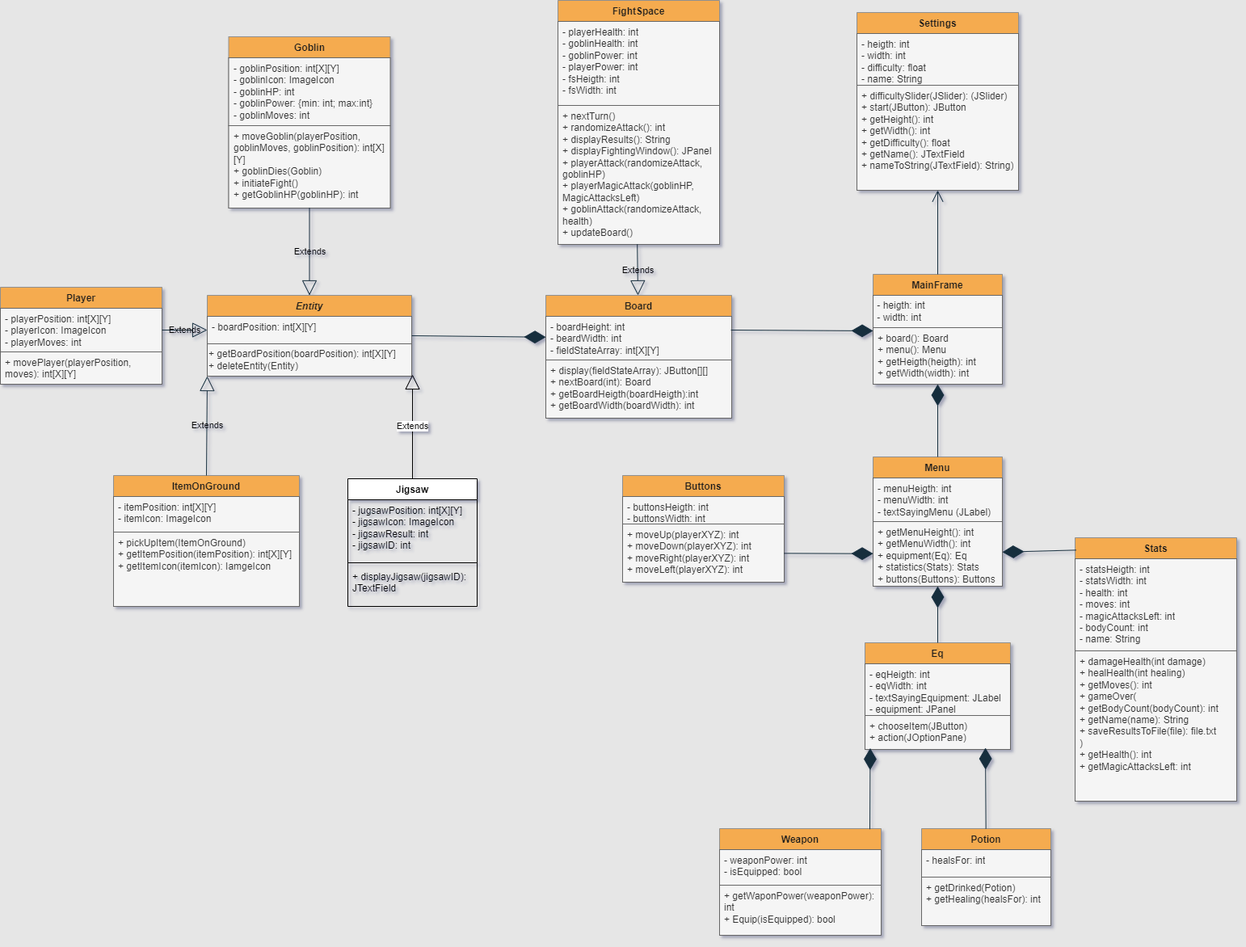
jacob-w4/Java-simple-game keeps this draw.io diagram as diagram_klas.png. Above is the earlier version. Source tidied: cells renumbered, new cells last; positions are measured from the earlier drawing's top-left corner, leaving out a move shared by most shapes.
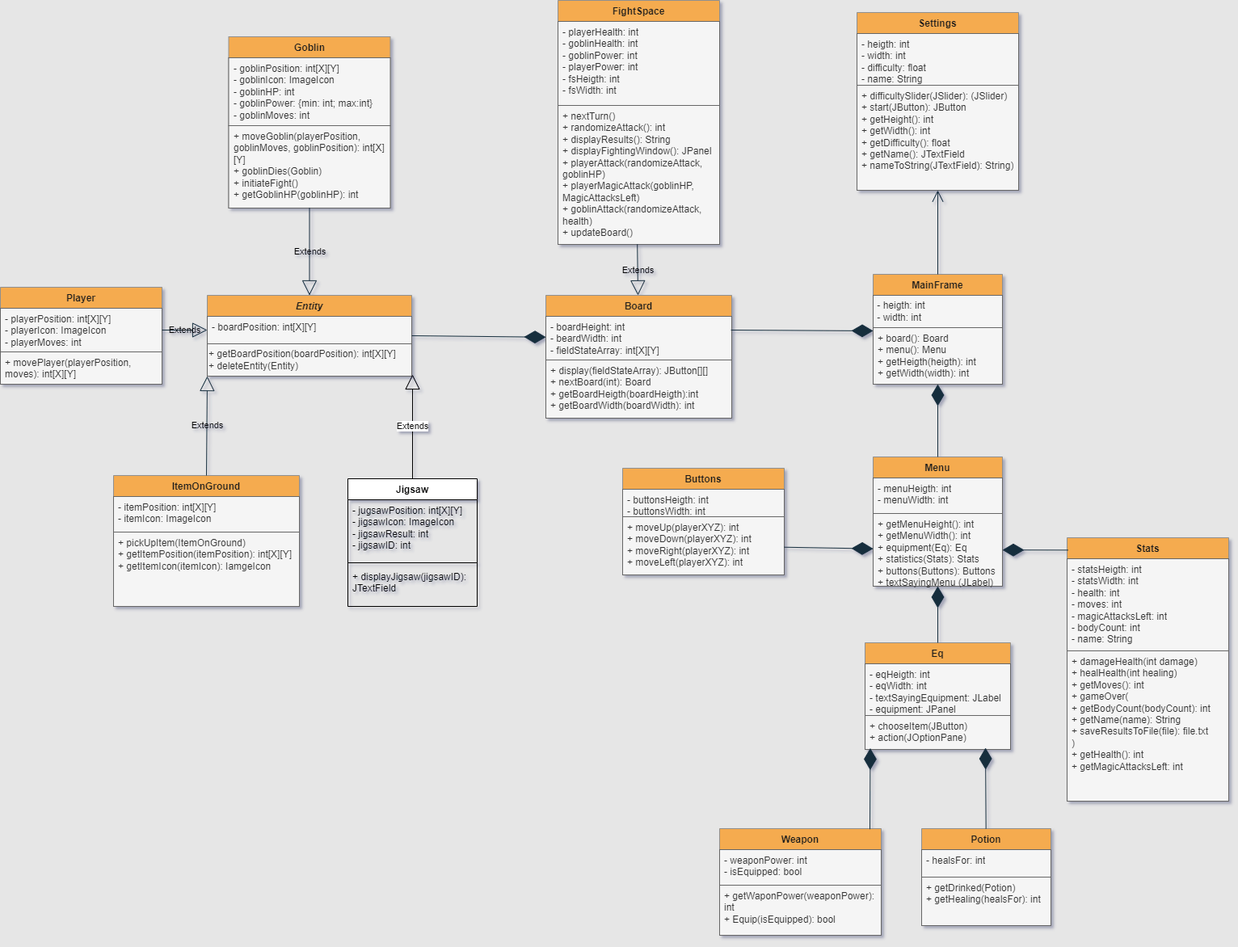
Above is the later version.

The edit, as a diff of the source:
```diff
@@ -29,14 +29,14 @@
     <mxCell id="10" value="Menu" style="swimlane;fontStyle=1;align=center;verticalAlign=top;horizontal=1;startSize=26;whiteSpace=wrap;html=1;rounded=0;labelBackgroundColor=none;fillColor=#F5AB50;strokeColor=#909090;fontColor=#1A1A1A;" parent="1" vertex="1">
       <mxGeometry x="1080" y="565" width="160" height="160" as="geometry" />
     </mxCell>
-    <mxCell id="11" value="- menuHeigth: int&lt;br&gt;- menuWidth: int&lt;br&gt;- textSayingMenu (JLabel)" style="text;strokeColor=#666666;fillColor=#f5f5f5;align=left;verticalAlign=top;spacingLeft=4;spacingRight=4;overflow=hidden;whiteSpace=wrap;html=1;rounded=0;labelBackgroundColor=none;fontColor=#333333;" parent="10" vertex="1">
-      <mxGeometry y="26" width="160" height="54" as="geometry" />
+    <mxCell id="11" value="- menuHeigth: int&lt;br&gt;- menuWidth: int&lt;br&gt;" style="text;strokeColor=#666666;fillColor=#f5f5f5;align=left;verticalAlign=top;spacingLeft=4;spacingRight=4;overflow=hidden;whiteSpace=wrap;html=1;rounded=0;labelBackgroundColor=none;fontColor=#333333;" parent="10" vertex="1">
+      <mxGeometry y="26" width="160" height="44" as="geometry" />
     </mxCell>
     <mxCell id="12" style="line;strokeWidth=1;fillColor=none;align=left;verticalAlign=middle;spacingTop=-1;spacingLeft=3;spacingRight=3;labelPosition=right;strokeColor=#909090;rounded=0;labelBackgroundColor=none;fontColor=#1A1A1A;" parent="10" vertex="1">
-      <mxGeometry y="80" width="160" as="geometry" />
+      <mxGeometry y="70" width="160" as="geometry" />
     </mxCell>
-    <mxCell id="13" value="+ getMenuHeight(): int&lt;br style=&quot;border-color: var(--border-color);&quot;&gt;+ getMenuWidth(): int&lt;br style=&quot;border-color: var(--border-color);&quot;&gt;+ equipment(Eq): Eq&lt;br&gt;+ statistics(Stats): Stats&lt;br&gt;+ buttons(Buttons): Buttons" style="text;strokeColor=#666666;fillColor=#f5f5f5;align=left;verticalAlign=top;spacingLeft=4;spacingRight=4;overflow=hidden;points=[[0,0.5],[1,0.5]];portConstraint=eastwest;whiteSpace=wrap;html=1;rounded=0;labelBackgroundColor=none;fontColor=#333333;" parent="10" vertex="1">
-      <mxGeometry y="80" width="160" height="80" as="geometry" />
+    <mxCell id="13" value="+ getMenuHeight(): int&lt;br style=&quot;border-color: var(--border-color);&quot;&gt;+ getMenuWidth(): int&lt;br style=&quot;border-color: var(--border-color);&quot;&gt;+ equipment(Eq): Eq&lt;br&gt;+ statistics(Stats): Stats&lt;br&gt;+ buttons(Buttons): Buttons&lt;br&gt;+&amp;nbsp;textSayingMenu (JLabel)" style="text;strokeColor=#666666;fillColor=#f5f5f5;align=left;verticalAlign=top;spacingLeft=4;spacingRight=4;overflow=hidden;points=[[0,0.5],[1,0.5]];portConstraint=eastwest;whiteSpace=wrap;html=1;rounded=0;labelBackgroundColor=none;fontColor=#333333;" parent="10" vertex="1">
+      <mxGeometry y="70" width="160" height="90" as="geometry" />
     </mxCell>
     <mxCell id="14" value="Board" style="swimlane;fontStyle=1;align=center;verticalAlign=top;horizontal=1;startSize=26;whiteSpace=wrap;html=1;rounded=0;labelBackgroundColor=none;fillColor=#F5AB50;strokeColor=#909090;fontColor=#1A1A1A;" parent="1" vertex="1">
       <mxGeometry x="675" y="365" width="230" height="152" as="geometry" />
@@ -51,7 +51,7 @@
       <mxGeometry y="80" width="230" height="72" as="geometry" />
     </mxCell>
     <mxCell id="18" value="Stats" style="swimlane;fontStyle=1;align=center;verticalAlign=top;horizontal=1;startSize=26;whiteSpace=wrap;html=1;rounded=0;labelBackgroundColor=none;fillColor=#F5AB50;strokeColor=#909090;fontColor=#1A1A1A;" parent="1" vertex="1">
-      <mxGeometry x="1330" y="665" width="200" height="326" as="geometry" />
+      <mxGeometry x="1320" y="665" width="200" height="326" as="geometry" />
     </mxCell>
     <mxCell id="19" value="- statsHeigth: int&lt;br style=&quot;border-color: var(--border-color);&quot;&gt;- statsWidth: int&lt;br&gt;- health: int&lt;br&gt;- moves: int&lt;br&gt;- magicAttacksLeft: int&lt;br&gt;- bodyCount: int&lt;br&gt;- name: String" style="text;strokeColor=#666666;fillColor=#f5f5f5;align=left;verticalAlign=top;spacingLeft=4;spacingRight=4;overflow=hidden;whiteSpace=wrap;html=1;rounded=0;labelBackgroundColor=none;fontColor=#333333;" parent="18" vertex="1">
       <mxGeometry y="26" width="200" height="114" as="geometry" />
@@ -63,7 +63,7 @@
       <mxGeometry y="140" width="200" height="186" as="geometry" />
     </mxCell>
     <mxCell id="22" value="Buttons" style="swimlane;fontStyle=1;align=center;verticalAlign=top;horizontal=1;startSize=26;whiteSpace=wrap;html=1;rounded=0;labelBackgroundColor=none;fillColor=#F5AB50;strokeColor=#909090;fontColor=#1A1A1A;" parent="1" vertex="1">
-      <mxGeometry x="770" y="588" width="200" height="132" as="geometry" />
+      <mxGeometry x="770" y="579" width="200" height="132" as="geometry" />
     </mxCell>
     <mxCell id="23" value="- buttonsHeigth: int&lt;br style=&quot;border-color: var(--border-color);&quot;&gt;- buttonsWidth: int" style="text;strokeColor=#666666;fillColor=#f5f5f5;align=left;verticalAlign=top;spacingLeft=4;spacingRight=4;overflow=hidden;whiteSpace=wrap;html=1;rounded=0;labelBackgroundColor=none;fontColor=#333333;" parent="22" vertex="1">
       <mxGeometry y="26" width="200" height="34" as="geometry" />
```
